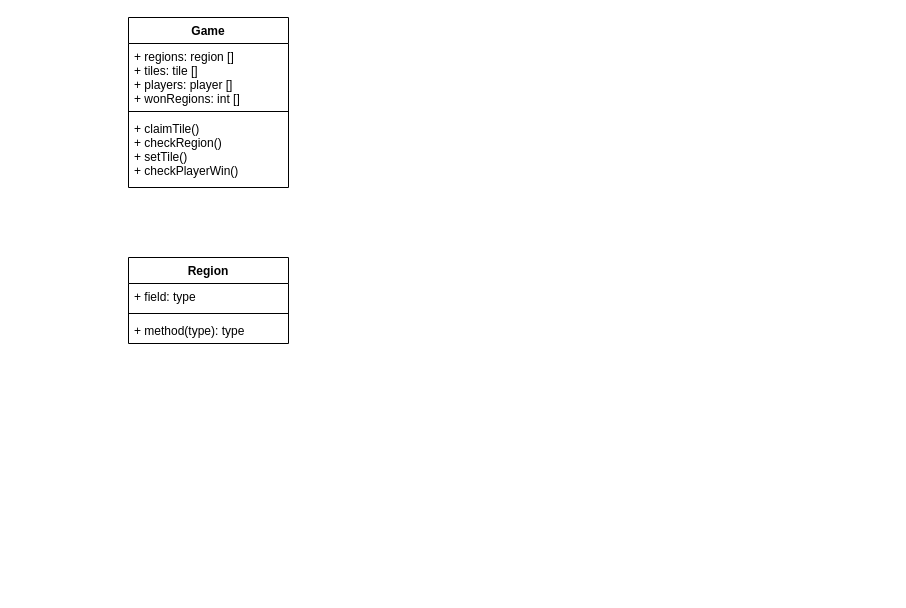
Before: UML Class Diagram.drawio in neaton-lab/Plus-Tac-Toe, a draw.io diagram. Source tidied: cells renumbered, new cells numbered last; positions are measured from the earlier drawing's top-left corner, leaving out a move shared by most shapes. Both pictures are drawn from the tidied source at 100%, with x=0, y=0 at pixel (128, 17).
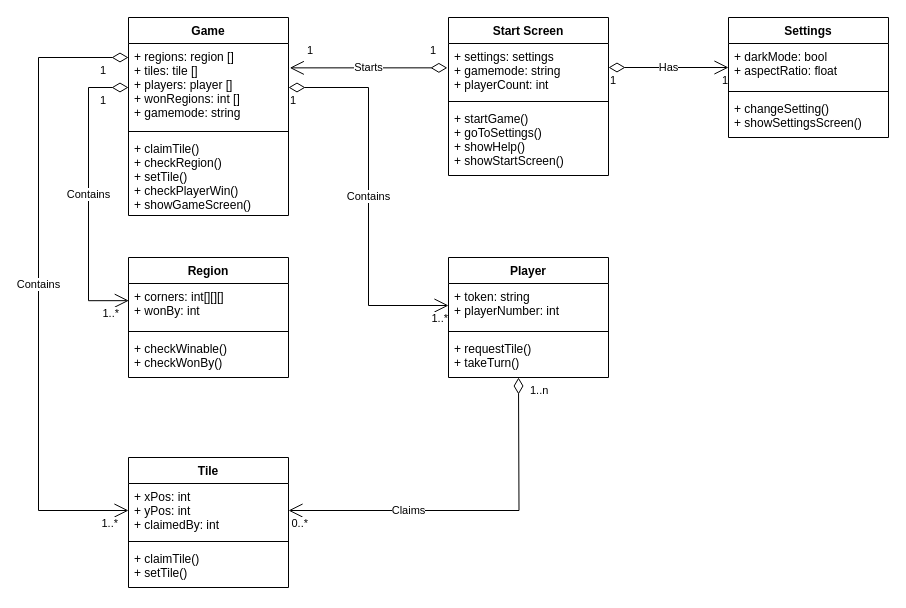
Above is the later version.

Commit message:
Complete Class Diagram

What changed in the source:
```diff
@@
     <mxCell id="2" value="Game" style="swimlane;fontStyle=1;align=center;verticalAlign=top;horizontal=1;startSize=26;" parent="1" vertex="1">
-      <mxGeometry width="160" height="170" as="geometry" />
+      <mxGeometry width="160" height="198" as="geometry" />
     </mxCell>
-    <mxCell id="3" value="+ regions: region []&#10;+ tiles: tile []&#10;+ players: player []&#10;+ wonRegions: int []" style="text;strokeColor=none;fillColor=none;align=left;verticalAlign=top;spacingLeft=4;spacingRight=4;overflow=hidden;points=[[0,0.5],[1,0.5]];portConstraint=eastwest;" parent="2" vertex="1">
-      <mxGeometry y="26" width="160" height="64" as="geometry" />
+    <mxCell id="3" value="+ regions: region []&#10;+ tiles: tile []&#10;+ players: player []&#10;+ wonRegions: int []&#10;+ gamemode: string" style="text;strokeColor=none;fillColor=none;align=left;verticalAlign=top;spacingLeft=4;spacingRight=4;overflow=hidden;points=[[0,0.5],[1,0.5]];portConstraint=eastwest;" parent="2" vertex="1">
+      <mxGeometry y="26" width="160" height="84" as="geometry" />
     </mxCell>
+    <mxCell id="10" value="Contains" style="endArrow=open;html=1;endSize=12;startArrow=diamondThin;startSize=14;startFill=0;edgeStyle=orthogonalEdgeStyle;rounded=0;entryX=0;entryY=0.5;entryDx=0;entryDy=0;" parent="2" edge="1" target="17">
+      <mxGeometry relative="1" as="geometry">
+        <mxPoint y="40" as="sourcePoint" />
+        <Array as="points">
+          <mxPoint x="-90" y="40" />
+          <mxPoint x="-90" y="493" />
+        </Array>
+      </mxGeometry>
+    </mxCell>
+    <mxCell id="11" value="1" style="edgeLabel;html=1;align=left;verticalAlign=top;" parent="10" vertex="1">
+      <mxGeometry x="-1" relative="1" as="geometry">
+        <mxPoint x="-30" as="offset" />
+      </mxGeometry>
+    </mxCell>
+    <mxCell id="12" value="1..*" style="edgeLabel;html=1;align=right;verticalAlign=top;" parent="10" vertex="1">
+      <mxGeometry x="1" relative="1" as="geometry">
+        <mxPoint x="-10" as="offset" />
+      </mxGeometry>
+    </mxCell>
+    <mxCell id="13" value="Contains" style="endArrow=open;html=1;endSize=12;startArrow=diamondThin;startSize=14;startFill=0;edgeStyle=orthogonalEdgeStyle;rounded=0;entryX=0.002;entryY=0.39;entryDx=0;entryDy=0;entryPerimeter=0;" parent="2" edge="1" target="7">
+      <mxGeometry relative="1" as="geometry">
+        <mxPoint y="70" as="sourcePoint" />
+        <Array as="points">
+          <mxPoint x="-40" y="70" />
+          <mxPoint x="-40" y="283" />
+        </Array>
+      </mxGeometry>
+    </mxCell>
+    <mxCell id="14" value="1" style="edgeLabel;html=1;align=left;verticalAlign=top;" parent="13" vertex="1">
+      <mxGeometry x="-1" relative="1" as="geometry">
+        <mxPoint x="-30" as="offset" />
+      </mxGeometry>
+    </mxCell>
+    <mxCell id="15" value="1..*" style="edgeLabel;html=1;align=right;verticalAlign=top;" parent="13" vertex="1">
+      <mxGeometry x="1" relative="1" as="geometry">
+        <mxPoint x="-10" as="offset" />
+      </mxGeometry>
+    </mxCell>
     <mxCell id="4" style="line;strokeWidth=1;fillColor=none;align=left;verticalAlign=middle;spacingTop=-1;spacingLeft=3;spacingRight=3;labelPosition=right;" parent="2" vertex="1">
-      <mxGeometry y="90" width="160" height="8" as="geometry" />
+      <mxGeometry y="110" width="160" height="8" as="geometry" />
     </mxCell>
-    <mxCell id="5" value="+ claimTile()&#10;+ checkRegion()&#10;+ setTile()&#10;+ checkPlayerWin()" style="text;strokeColor=none;fillColor=none;align=left;verticalAlign=top;spacingLeft=4;spacingRight=4;overflow=hidden;" parent="2" vertex="1">
-      <mxGeometry y="98" width="160" height="72" as="geometry" />
+    <mxCell id="5" value="+ claimTile()&#10;+ checkRegion()&#10;+ setTile()&#10;+ checkPlayerWin()&#10;+ showGameScreen()" style="text;strokeColor=none;fillColor=none;align=left;verticalAlign=top;spacingLeft=4;spacingRight=4;overflow=hidden;" parent="2" vertex="1">
+      <mxGeometry y="118" width="160" height="80" as="geometry" />
     </mxCell>
     <mxCell id="6" value="Region" style="swimlane;fontStyle=1;align=center;verticalAlign=top;horizontal=1;startSize=26;" parent="1" vertex="1">
-      <mxGeometry y="240" width="160" height="86" as="geometry" />
+      <mxGeometry y="240" width="160" height="120" as="geometry" />
     </mxCell>
-    <mxCell id="7" value="+ field: type" style="text;strokeColor=none;fillColor=none;align=left;verticalAlign=top;spacingLeft=4;spacingRight=4;overflow=hidden;points=[[0,0.5],[1,0.5]];portConstraint=eastwest;" parent="6" vertex="1">
-      <mxGeometry y="26" width="160" height="26" as="geometry" />
+    <mxCell id="7" value="+ corners: int[][][]&#10;+ wonBy: int" style="text;strokeColor=none;fillColor=none;align=left;verticalAlign=top;spacingLeft=4;spacingRight=4;overflow=hidden;points=[[0,0.5],[1,0.5]];portConstraint=eastwest;" parent="6" vertex="1">
+      <mxGeometry y="26" width="160" height="44" as="geometry" />
     </mxCell>
     <mxCell id="8" style="line;strokeWidth=1;fillColor=none;align=left;verticalAlign=middle;spacingTop=-1;spacingLeft=3;spacingRight=3;labelPosition=right;" parent="6" vertex="1">
-      <mxGeometry y="52" width="160" height="8" as="geometry" />
+      <mxGeometry y="70" width="160" height="8" as="geometry" />
     </mxCell>
-    <mxCell id="9" value="+ method(type): type" style="text;strokeColor=none;fillColor=none;align=left;verticalAlign=top;spacingLeft=4;spacingRight=4;overflow=hidden;" parent="6" vertex="1">
-      <mxGeometry y="60" width="160" height="26" as="geometry" />
+    <mxCell id="9" value="+ checkWinable()&#10;+ checkWonBy()" style="text;strokeColor=none;fillColor=none;align=left;verticalAlign=top;spacingLeft=4;spacingRight=4;overflow=hidden;" parent="6" vertex="1">
+      <mxGeometry y="78" width="160" height="42" as="geometry" />
     </mxCell>
+    <mxCell id="16" value="Tile" style="swimlane;fontStyle=1;align=center;verticalAlign=top;horizontal=1;startSize=26;" parent="1" vertex="1">
+      <mxGeometry y="440" width="160" height="130" as="geometry" />
+    </mxCell>
+    <mxCell id="17" value="+ xPos: int&#10;+ yPos: int&#10;+ claimedBy: int" style="text;strokeColor=none;fillColor=none;align=left;verticalAlign=top;spacingLeft=4;spacingRight=4;overflow=hidden;points=[[0,0.5],[1,0.5]];portConstraint=eastwest;" parent="16" vertex="1">
+      <mxGeometry y="26" width="160" height="54" as="geometry" />
+    </mxCell>
+    <mxCell id="18" style="line;strokeWidth=1;fillColor=none;align=left;verticalAlign=middle;spacingTop=-1;spacingLeft=3;spacingRight=3;labelPosition=right;" parent="16" vertex="1">
+      <mxGeometry y="80" width="160" height="8" as="geometry" />
+    </mxCell>
+    <mxCell id="19" value="+ claimTile()&#10;+ setTile()" style="text;strokeColor=none;fillColor=none;align=left;verticalAlign=top;spacingLeft=4;spacingRight=4;overflow=hidden;" parent="16" vertex="1">
+      <mxGeometry y="88" width="160" height="42" as="geometry" />
+    </mxCell>
+    <mxCell id="20" value="Player" style="swimlane;fontStyle=1;align=center;verticalAlign=top;horizontal=1;startSize=26;" parent="1" vertex="1">
+      <mxGeometry x="320" y="240" width="160" height="120" as="geometry" />
+    </mxCell>
+    <mxCell id="21" value="+ token: string&#10;+ playerNumber: int" style="text;strokeColor=none;fillColor=none;align=left;verticalAlign=top;spacingLeft=4;spacingRight=4;overflow=hidden;points=[[0,0.5],[1,0.5]];portConstraint=eastwest;" parent="20" vertex="1">
+      <mxGeometry y="26" width="160" height="44" as="geometry" />
+    </mxCell>
+    <mxCell id="22" style="line;strokeWidth=1;fillColor=none;align=left;verticalAlign=middle;spacingTop=-1;spacingLeft=3;spacingRight=3;labelPosition=right;" parent="20" vertex="1">
+      <mxGeometry y="70" width="160" height="8" as="geometry" />
+    </mxCell>
+    <mxCell id="23" value="+ requestTile()&#10;+ takeTurn()" style="text;strokeColor=none;fillColor=none;align=left;verticalAlign=top;spacingLeft=4;spacingRight=4;overflow=hidden;" parent="20" vertex="1">
+      <mxGeometry y="78" width="160" height="42" as="geometry" />
+    </mxCell>
+    <mxCell id="24" value="Contains" style="endArrow=open;html=1;endSize=12;startArrow=diamondThin;startSize=14;startFill=0;edgeStyle=orthogonalEdgeStyle;rounded=0;entryX=0;entryY=0.5;entryDx=0;entryDy=0;" parent="1" edge="1" target="21">
+      <mxGeometry relative="1" as="geometry">
+        <mxPoint x="160" y="70" as="sourcePoint" />
+        <Array as="points">
+          <mxPoint x="240" y="70" />
+          <mxPoint x="240" y="288" />
+        </Array>
+      </mxGeometry>
+    </mxCell>
+    <mxCell id="25" value="1" style="edgeLabel;html=1;align=left;verticalAlign=top;" parent="24" vertex="1">
+      <mxGeometry x="-1" relative="1" as="geometry" />
+    </mxCell>
+    <mxCell id="26" value="1..*" style="edgeLabel;html=1;align=right;verticalAlign=top;" parent="24" vertex="1">
+      <mxGeometry x="1" relative="1" as="geometry" />
+    </mxCell>
+    <mxCell id="27" value="Start Screen" style="swimlane;fontStyle=1;align=center;verticalAlign=top;horizontal=1;startSize=26;" parent="1" vertex="1">
+      <mxGeometry x="320" width="160" height="158" as="geometry" />
+    </mxCell>
+    <mxCell id="28" value="+ settings: settings&#10;+ gamemode: string&#10;+ playerCount: int" style="text;strokeColor=none;fillColor=none;align=left;verticalAlign=top;spacingLeft=4;spacingRight=4;overflow=hidden;points=[[0,0.5],[1,0.5]];portConstraint=eastwest;" parent="27" vertex="1">
+      <mxGeometry y="26" width="160" height="54" as="geometry" />
+    </mxCell>
+    <mxCell id="29" style="line;strokeWidth=1;fillColor=none;align=left;verticalAlign=middle;spacingTop=-1;spacingLeft=3;spacingRight=3;labelPosition=right;" parent="27" vertex="1">
+      <mxGeometry y="80" width="160" height="8" as="geometry" />
+    </mxCell>
+    <mxCell id="30" value="+ startGame()&#10;+ goToSettings()&#10;+ showHelp()&#10;+ showStartScreen()" style="text;strokeColor=none;fillColor=none;align=left;verticalAlign=top;spacingLeft=4;spacingRight=4;overflow=hidden;" parent="27" vertex="1">
+      <mxGeometry y="88" width="160" height="70" as="geometry" />
+    </mxCell>
+    <mxCell id="31" value="Starts" style="endArrow=open;html=1;endSize=12;startArrow=diamondThin;startSize=14;startFill=0;edgeStyle=orthogonalEdgeStyle;rounded=0;entryX=1.008;entryY=0.29;entryDx=0;entryDy=0;entryPerimeter=0;exitX=-0.007;exitY=0.451;exitDx=0;exitDy=0;exitPerimeter=0;" parent="1" edge="1" source="28" target="3">
+      <mxGeometry relative="1" as="geometry" />
+    </mxCell>
+    <mxCell id="32" value="1" style="edgeLabel;html=1;align=left;verticalAlign=top;" parent="31" vertex="1">
+      <mxGeometry x="-1" relative="1" as="geometry">
+        <mxPoint x="-19" y="-30" as="offset" />
+      </mxGeometry>
+    </mxCell>
+    <mxCell id="33" value="1" style="edgeLabel;html=1;align=right;verticalAlign=top;" parent="31" vertex="1">
+      <mxGeometry x="1" relative="1" as="geometry">
+        <mxPoint x="24" y="-30" as="offset" />
+      </mxGeometry>
+    </mxCell>
+    <mxCell id="34" value="Settings" style="swimlane;fontStyle=1;align=center;verticalAlign=top;horizontal=1;startSize=26;" parent="1" vertex="1">
+      <mxGeometry x="600" width="160" height="120" as="geometry" />
+    </mxCell>
+    <mxCell id="35" value="+ darkMode: bool&#10;+ aspectRatio: float" style="text;strokeColor=none;fillColor=none;align=left;verticalAlign=top;spacingLeft=4;spacingRight=4;overflow=hidden;" parent="34" vertex="1">
+      <mxGeometry y="26" width="160" height="44" as="geometry" />
+    </mxCell>
+    <mxCell id="36" style="line;strokeWidth=1;fillColor=none;align=left;verticalAlign=middle;spacingTop=-1;spacingLeft=3;spacingRight=3;labelPosition=right;" parent="34" vertex="1">
+      <mxGeometry y="70" width="160" height="8" as="geometry" />
+    </mxCell>
+    <mxCell id="37" value="+ changeSetting()&#10;+ showSettingsScreen()" style="text;strokeColor=none;fillColor=none;align=left;verticalAlign=top;spacingLeft=4;spacingRight=4;overflow=hidden;" parent="34" vertex="1">
+      <mxGeometry y="78" width="160" height="42" as="geometry" />
+    </mxCell>
+    <mxCell id="38" value="Has" style="endArrow=open;html=1;endSize=12;startArrow=diamondThin;startSize=14;startFill=0;edgeStyle=orthogonalEdgeStyle;rounded=0;" parent="1" edge="1">
+      <mxGeometry relative="1" as="geometry">
+        <mxPoint x="480" y="50" as="sourcePoint" />
+        <mxPoint x="600" y="50" as="targetPoint" />
+      </mxGeometry>
+    </mxCell>
+    <mxCell id="39" value="1" style="edgeLabel;html=1;align=left;verticalAlign=top;" parent="38" vertex="1">
+      <mxGeometry x="-1" relative="1" as="geometry" />
+    </mxCell>
+    <mxCell id="40" value="1" style="edgeLabel;html=1;align=right;verticalAlign=top;" parent="38" vertex="1">
+      <mxGeometry x="1" relative="1" as="geometry" />
+    </mxCell>
+    <mxCell id="41" value="Claims" style="endArrow=open;html=1;endSize=12;startArrow=diamondThin;startSize=14;startFill=0;edgeStyle=orthogonalEdgeStyle;rounded=0;entryX=1;entryY=0.5;entryDx=0;entryDy=0;" parent="1" edge="1" target="17">
+      <mxGeometry x="0.34" relative="1" as="geometry">
+        <mxPoint x="390" y="360" as="sourcePoint" />
+      </mxGeometry>
+    </mxCell>
+    <mxCell id="42" value="1..n" style="edgeLabel;html=1;align=left;verticalAlign=top;" parent="41" vertex="1">
+      <mxGeometry x="-1" relative="1" as="geometry">
+        <mxPoint x="10" as="offset" />
+      </mxGeometry>
+    </mxCell>
+    <mxCell id="43" value="0..*" style="edgeLabel;html=1;align=right;verticalAlign=top;" parent="41" vertex="1">
+      <mxGeometry x="1" relative="1" as="geometry">
+        <mxPoint x="20" as="offset" />
+      </mxGeometry>
+    </mxCell>
```
